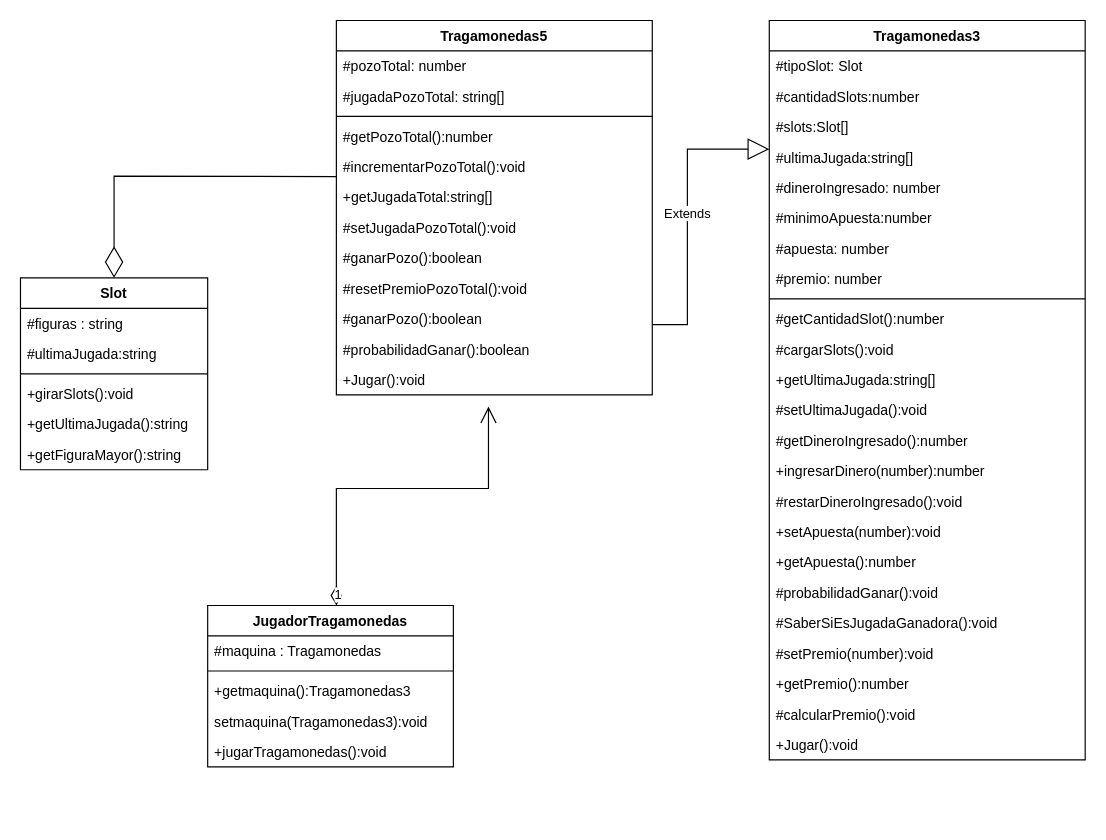
Above: page "TRAGAMONEDAS5" (3 of 6) of MaquinaTragamonedas.drawio in gceballos23/Casino (draw.io), before the change. Source tidied: cells renumbered, new cells numbered last; positions are measured from the earlier drawing's top-left corner, leaving out a move shared by most shapes. Both pictures are drawn from the tidied source at 117%, with x=0, y=0 at pixel (20, 20).
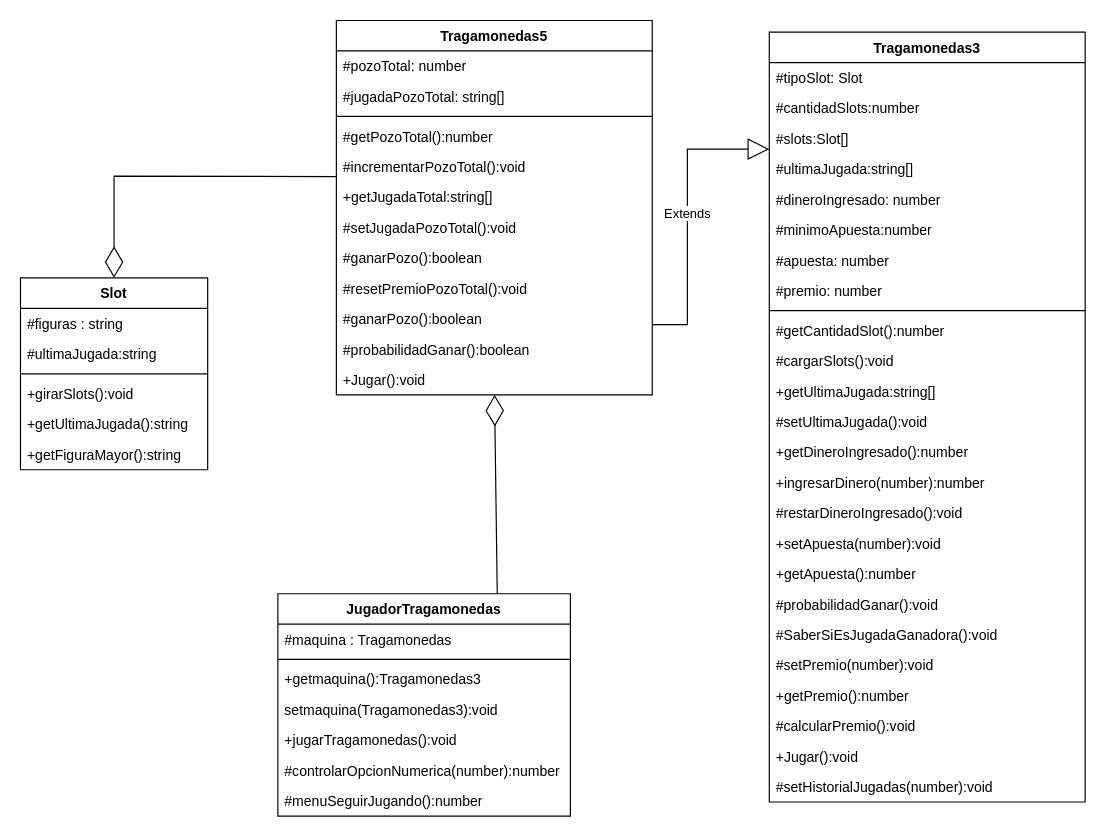
The same page after the edit.

The change refers to these unchanged cells:
```xml
<mxCell id="2" value="Slot" style="swimlane;fontStyle=1;align=center;verticalAlign=top;horizontal=1;startSize=26;" parent="1" vertex="1">
  <mxGeometry y="220" width="160" height="164" as="geometry" />
</mxCell>
<mxCell id="21" value="+Jugar():void" style="text;strokeColor=none;fillColor=none;align=left;verticalAlign=top;spacingLeft=4;spacingRight=4;overflow=hidden;points=[[0,0.5],[1,0.5]];portConstraint=eastwest;" parent="9" vertex="1">
  <mxGeometry y="294" width="270" height="26" as="geometry" />
</mxCell>
```

The edit, as a diff of the source:
```diff
@@
+    <mxCell id="29" style="endArrow=diamondThin;endFill=0;endSize=24;html=1;rounded=0;exitX=0.001;exitY=0.131;exitDx=0;exitDy=0;exitPerimeter=0;entryX=0.5;entryY=0;entryDx=0;entryDy=0;" parent="1" edge="1" target="2">
+      <mxGeometry relative="1" as="geometry">
+        <mxPoint x="270.3" y="133.4" as="sourcePoint" />
+        <Array as="points">
+          <mxPoint x="80" y="133" />
+        </Array>
+      </mxGeometry>
+    </mxCell>
+    <mxCell id="30" value="Extends" style="endArrow=block;endSize=16;endFill=0;html=1;rounded=0;" parent="1" edge="1">
+      <mxGeometry relative="1" as="geometry">
+        <mxPoint x="540" y="260" as="sourcePoint" />
+        <mxPoint x="640" y="110" as="targetPoint" />
+        <Array as="points">
+          <mxPoint x="570" y="260" />
+          <mxPoint x="570" y="110" />
+        </Array>
+      </mxGeometry>
+    </mxCell>
     <mxCell id="22" value="JugadorTragamonedas" style="swimlane;fontStyle=1;align=center;verticalAlign=top;horizontal=1;startSize=26;" parent="1" vertex="1">
-      <mxGeometry x="160" y="500" width="210" height="138" as="geometry" />
+      <mxGeometry x="220" y="490" width="250" height="190" as="geometry" />
     </mxCell>
-    <mxCell id="23" value="1" style="endArrow=open;html=1;endSize=12;startArrow=diamondThin;startSize=14;startFill=0;edgeStyle=orthogonalEdgeStyle;align=left;verticalAlign=bottom;rounded=0;" parent="22" edge="1">
-      <mxGeometry x="-1" y="3" relative="1" as="geometry">
-        <mxPoint x="110" as="sourcePoint" />
-        <mxPoint x="240" y="-170" as="targetPoint" />
-        <Array as="points">
-          <mxPoint x="110" y="-100" />
-          <mxPoint x="240" y="-100" />
-        </Array>
-      </mxGeometry>
-    </mxCell>
     <mxCell id="24" value="#maquina : Tragamonedas" style="text;strokeColor=none;fillColor=none;align=left;verticalAlign=top;spacingLeft=4;spacingRight=4;overflow=hidden;" parent="22" vertex="1">
-      <mxGeometry y="26" width="210" height="26" as="geometry" />
+      <mxGeometry y="26" width="250" height="26" as="geometry" />
     </mxCell>
-    <mxCell id="25" style="line;strokeWidth=1;fillColor=none;align=left;verticalAlign=middle;spacingTop=-1;spacingLeft=3;spacingRight=3;labelPosition=right;strokeColor=inherit;" parent="22" vertex="1">
-      <mxGeometry y="52" width="210" height="8" as="geometry" />
-    </mxCell>
+    <mxCell id="56" style="line;strokeWidth=1;fillColor=none;align=left;verticalAlign=middle;spacingTop=-1;spacingLeft=3;spacingRight=3;labelPosition=right;strokeColor=inherit;" parent="22" vertex="1">
+      <mxGeometry y="52" width="250" height="8" as="geometry" />
+    </mxCell>
     <mxCell id="26" value="+getmaquina():Tragamonedas3" style="text;strokeColor=none;fillColor=none;align=left;verticalAlign=top;spacingLeft=4;spacingRight=4;overflow=hidden;" parent="22" vertex="1">
-      <mxGeometry y="60" width="210" height="26" as="geometry" />
+      <mxGeometry y="60" width="250" height="26" as="geometry" />
     </mxCell>
     <mxCell id="27" value="setmaquina(Tragamonedas3):void" style="text;strokeColor=none;fillColor=none;align=left;verticalAlign=top;spacingLeft=4;spacingRight=4;overflow=hidden;" parent="22" vertex="1">
-      <mxGeometry y="86" width="210" height="26" as="geometry" />
+      <mxGeometry y="86" width="250" height="26" as="geometry" />
     </mxCell>
     <mxCell id="28" value="+jugarTragamonedas():void" style="text;strokeColor=none;fillColor=none;align=left;verticalAlign=top;spacingLeft=4;spacingRight=4;overflow=hidden;" parent="22" vertex="1">
-      <mxGeometry y="112" width="210" height="26" as="geometry" />
+      <mxGeometry y="112" width="250" height="26" as="geometry" />
     </mxCell>
-    <mxCell id="29" style="endArrow=diamondThin;endFill=0;endSize=24;html=1;rounded=0;exitX=0.001;exitY=0.131;exitDx=0;exitDy=0;exitPerimeter=0;entryX=0.5;entryY=0;entryDx=0;entryDy=0;" parent="1" edge="1" target="2">
-      <mxGeometry relative="1" as="geometry">
-        <mxPoint x="270.3" y="133.4" as="sourcePoint" />
-        <Array as="points">
-          <mxPoint x="80" y="133" />
-        </Array>
-      </mxGeometry>
-    </mxCell>
-    <mxCell id="30" value="Extends" style="endArrow=block;endSize=16;endFill=0;html=1;rounded=0;" parent="1" edge="1">
-      <mxGeometry relative="1" as="geometry">
-        <mxPoint x="540" y="260" as="sourcePoint" />
-        <mxPoint x="640" y="110" as="targetPoint" />
-        <Array as="points">
-          <mxPoint x="570" y="260" />
-          <mxPoint x="570" y="110" />
-        </Array>
-      </mxGeometry>
-    </mxCell>
+    <mxCell id="57" value="#controlarOpcionNumerica(number):number" style="text;strokeColor=none;fillColor=none;align=left;verticalAlign=top;spacingLeft=4;spacingRight=4;overflow=hidden;" parent="22" vertex="1">
+      <mxGeometry y="138" width="250" height="26" as="geometry" />
+    </mxCell>
+    <mxCell id="58" value="#menuSeguirJugando():number" style="text;strokeColor=none;fillColor=none;align=left;verticalAlign=top;spacingLeft=4;spacingRight=4;overflow=hidden;" parent="22" vertex="1">
+      <mxGeometry y="164" width="250" height="26" as="geometry" />
+    </mxCell>
+    <mxCell id="59" style="endArrow=diamondThin;endFill=0;endSize=24;html=1;rounded=0;exitX=0.75;exitY=0;exitDx=0;exitDy=0;" parent="1" edge="1" source="22" target="21">
+      <mxGeometry relative="1" as="geometry" />
+    </mxCell>
     <mxCell id="31" value="Tragamonedas3" style="swimlane;fontStyle=1;align=center;verticalAlign=top;horizontal=1;startSize=26;" parent="1" vertex="1">
-      <mxGeometry x="640" width="270" height="632" as="geometry" />
+      <mxGeometry x="640" y="10" width="270" height="658" as="geometry" />
     </mxCell>
@@
-    <mxCell id="45" value="#getDineroIngresado():number" style="text;strokeColor=none;fillColor=none;align=left;verticalAlign=top;spacingLeft=4;spacingRight=4;overflow=hidden;" parent="31" vertex="1">
-      <mxGeometry y="346" width="270" height="26" as="geometry" />
-    </mxCell>
+    <mxCell id="60" value="+getDineroIngresado():number" style="text;strokeColor=none;fillColor=none;align=left;verticalAlign=top;spacingLeft=4;spacingRight=4;overflow=hidden;" parent="31" vertex="1">
+      <mxGeometry y="346" width="270" height="26" as="geometry" />
+    </mxCell>
@@
+    <mxCell id="61" value="#setHistorialJugadas(number):void" style="text;strokeColor=none;fillColor=none;align=left;verticalAlign=top;spacingLeft=4;spacingRight=4;overflow=hidden;" parent="31" vertex="1">
+      <mxGeometry y="632" width="270" height="26" as="geometry" />
+    </mxCell>
```
